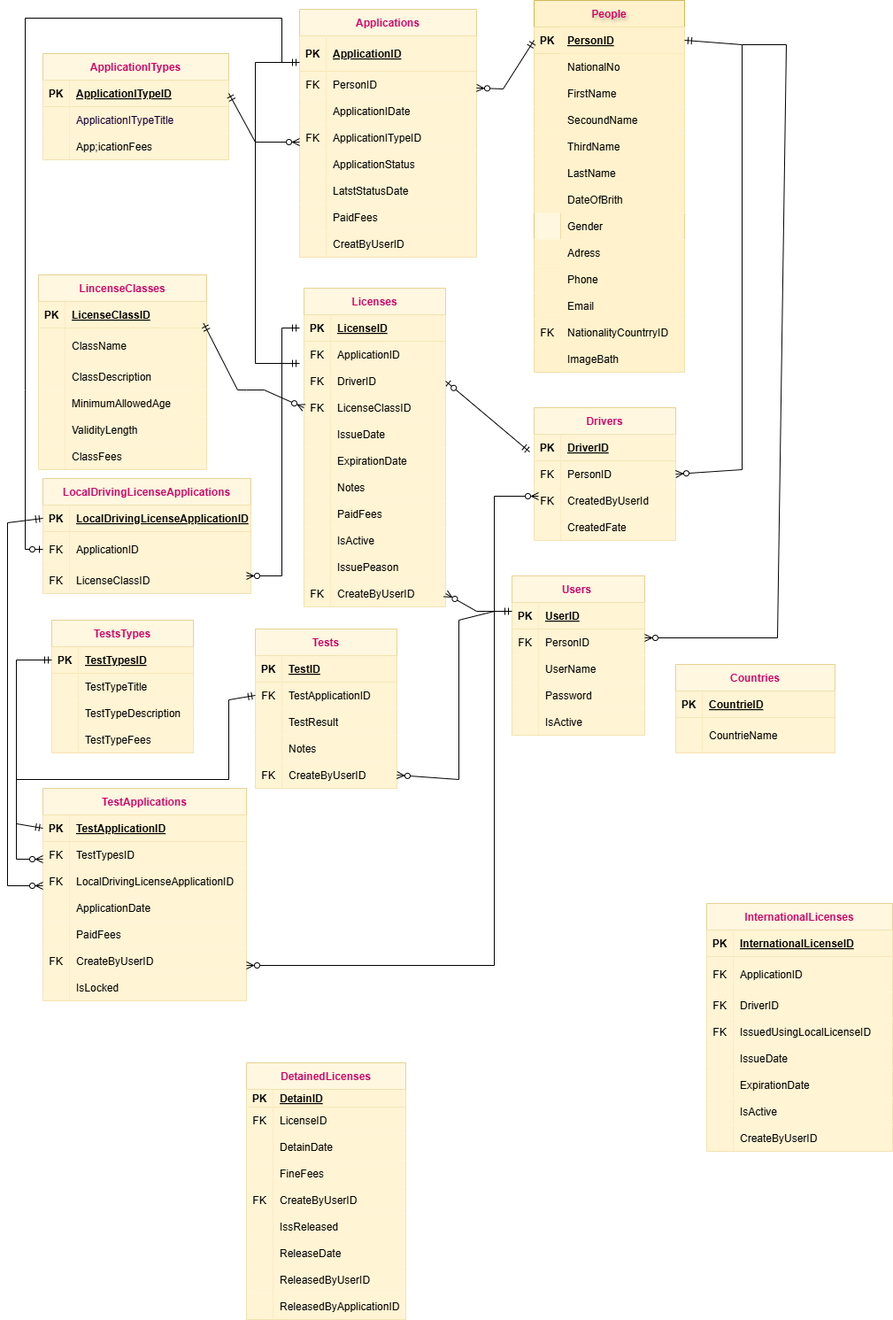
Before: Untitled Diagram.drawio.png, a diagram exported from draw.io (azizadiab/Driving-License-Department). Source tidied: cells renumbered, new cells last; positions are measured from the earlier drawing's top-left corner, leaving out a move shared by most shapes.
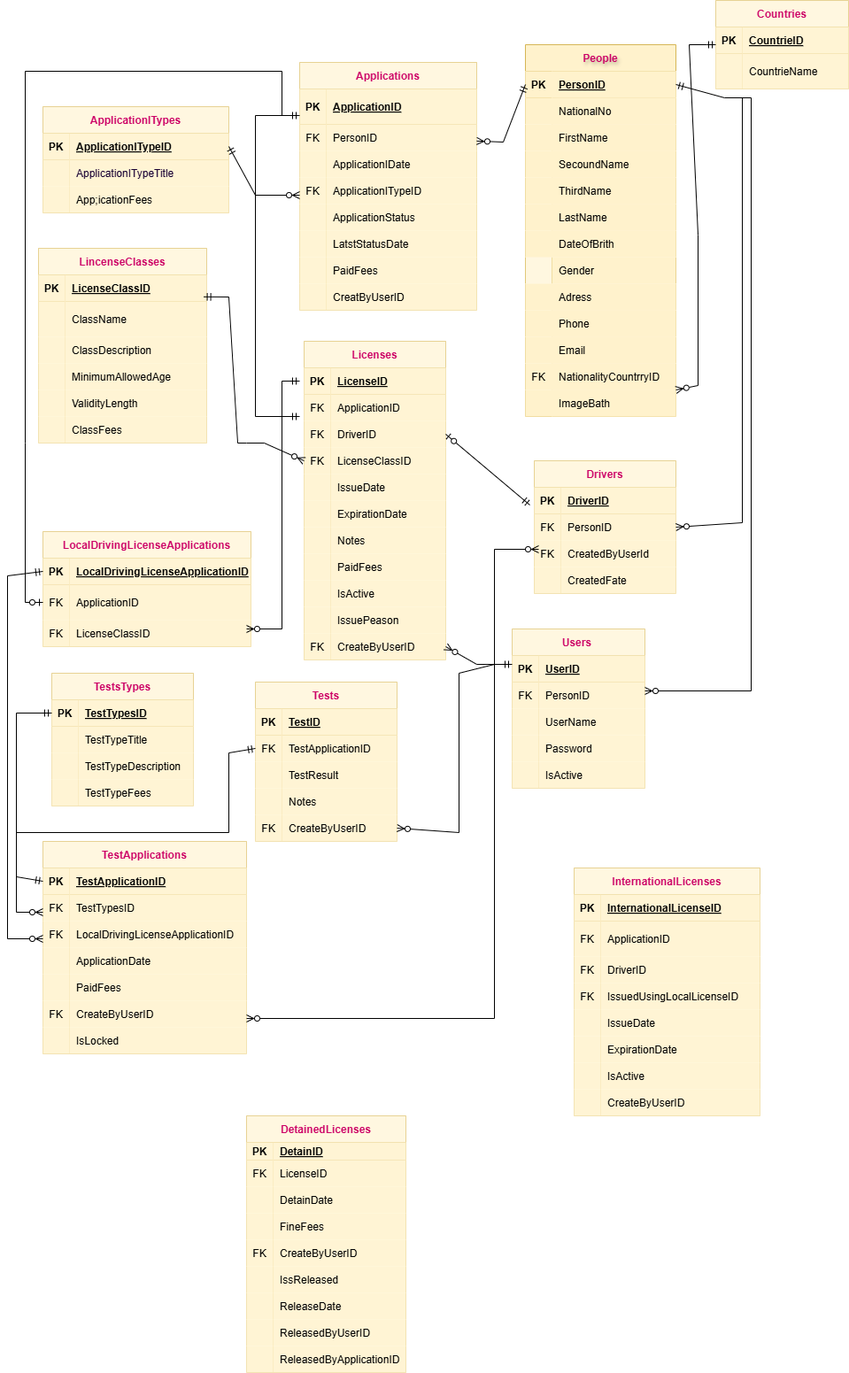
The same diagram one commit later.

Change to the diagram source:
```diff
@@ -78,7 +78,7 @@
       <mxGeometry x="30" width="170" height="30" as="geometry" />
     </mxCell>
     <mxCell id="27" value="People" style="shape=table;startSize=30;rowLines=0;fontStyle=1;align=center;fillColor=#fff2cc;strokeColor=#d6b656;fontColor=#CC0066;labelBackgroundColor=none;labelBorderColor=none;textShadow=1;" parent="1" vertex="1">
-      <mxGeometry x="595" width="170" height="420" as="geometry" />
+      <mxGeometry x="585" y="-10" width="170" height="420" as="geometry" />
     </mxCell>
     <mxCell id="28" style="shape=partialRectangle;fillColor=#fff2cc;points=[[0,0.5],[1,0.5]];portConstraint=eastwest;top=0;left=0;right=0;bottom=1;strokeColor=#d6b656;" parent="27" vertex="1">
       <mxGeometry y="30" width="170" height="30" as="geometry" />
@@ -465,7 +465,7 @@
       <mxGeometry x="30" width="150" height="30" as="geometry" />
     </mxCell>
     <mxCell id="156" value="LincenseClasses" style="shape=table;startSize=30;rowLines=0;fontStyle=1;align=center;opacity=60;fillColor=#fff2cc;strokeColor=#d6b656;fontColor=#CC0066;" parent="1" vertex="1">
-      <mxGeometry x="35" y="310" width="190" height="220" as="geometry" />
+      <mxGeometry x="35" y="220" width="190" height="220" as="geometry" />
     </mxCell>
     <mxCell id="157" style="shape=partialRectangle;fillColor=#fff2cc;points=[[0,0.5],[1,0.5]];portConstraint=eastwest;top=0;left=0;right=0;bottom=1;opacity=60;strokeColor=#d6b656;" parent="156" vertex="1">
       <mxGeometry y="30" width="190" height="30" as="geometry" />
@@ -693,7 +693,7 @@
       <mxGeometry x="30" width="205" height="30" as="geometry" />
     </mxCell>
     <mxCell id="232" value="InternationalLicenses" style="shape=table;startSize=30;rowLines=0;fontStyle=1;align=center;opacity=60;fillColor=#fff2cc;strokeColor=#d6b656;fontColor=#CC0066;" parent="1" vertex="1">
-      <mxGeometry x="790" y="1020" width="210" height="280" as="geometry" />
+      <mxGeometry x="640" y="920" width="210" height="280" as="geometry" />
     </mxCell>
     <mxCell id="233" style="shape=partialRectangle;fillColor=#fff2cc;top=0;left=0;right=0;bottom=1;opacity=60;strokeColor=#d6b656;" parent="232" vertex="1">
       <mxGeometry y="30" width="210" height="30" as="geometry" />
@@ -816,25 +816,25 @@
       <mxGeometry x="30" width="130" height="30" as="geometry" />
     </mxCell>
     <mxCell id="273" value="Countries" style="shape=table;startSize=30;rowLines=0;fontStyle=1;align=center;opacity=60;fillColor=#fff2cc;strokeColor=#d6b656;fontColor=#CC0066;" parent="1" vertex="1">
-      <mxGeometry x="755" y="750" width="180" height="100" as="geometry" />
+      <mxGeometry x="800" y="-60" width="150" height="100" as="geometry" />
     </mxCell>
     <mxCell id="274" style="shape=partialRectangle;fillColor=#fff2cc;top=0;left=0;right=0;bottom=1;opacity=60;strokeColor=#d6b656;" parent="273" vertex="1">
-      <mxGeometry y="30" width="180" height="30" as="geometry" />
+      <mxGeometry y="30" width="150" height="30" as="geometry" />
     </mxCell>
     <mxCell id="275" value="PK" style="shape=partialRectangle;overflow=hidden;fillColor=#fff2cc;top=0;left=0;bottom=0;right=0;fontStyle=1;opacity=60;strokeColor=#d6b656;" parent="274" vertex="1">
       <mxGeometry width="30" height="30" as="geometry" />
     </mxCell>
     <mxCell id="276" value="CountrieID" style="shape=partialRectangle;overflow=hidden;fillColor=#fff2cc;top=0;left=0;bottom=0;right=0;align=left;spacingLeft=6;fontStyle=5;opacity=60;strokeColor=#d6b656;" parent="274" vertex="1">
-      <mxGeometry x="30" width="150" height="30" as="geometry" />
+      <mxGeometry x="30" width="120" height="30" as="geometry" />
     </mxCell>
     <mxCell id="277" style="shape=partialRectangle;fillColor=#fff2cc;top=0;left=0;right=0;bottom=0;opacity=60;strokeColor=#d6b656;" parent="273" vertex="1">
-      <mxGeometry y="60" width="180" height="40" as="geometry" />
+      <mxGeometry y="60" width="150" height="40" as="geometry" />
     </mxCell>
     <mxCell id="278" style="shape=partialRectangle;overflow=hidden;fillColor=#fff2cc;top=0;left=0;bottom=0;right=0;opacity=60;strokeColor=#d6b656;" parent="277" vertex="1">
       <mxGeometry width="30" height="40" as="geometry" />
     </mxCell>
     <mxCell id="279" value="CountrieName" style="shape=partialRectangle;overflow=hidden;fillColor=#fff2cc;top=0;left=0;bottom=0;right=0;align=left;spacingLeft=6;opacity=60;strokeColor=#d6b656;" parent="277" vertex="1">
-      <mxGeometry x="30" width="150" height="40" as="geometry" />
+      <mxGeometry x="30" width="120" height="40" as="geometry" />
     </mxCell>
     <mxCell id="280" style="endArrow=ERmandOne;html=1;rounded=0;startArrow=ERzeroToMany;startFill=0;endFill=0;entryX=0;entryY=0.5;entryDx=0;entryDy=0;" parent="1" edge="1" source="6" target="28">
       <mxGeometry relative="1" as="geometry">
@@ -864,6 +864,7 @@
     <mxCell id="283" style="endArrow=ERzeroToMany;html=1;rounded=0;exitX=0.982;exitY=0.827;exitDx=0;exitDy=0;exitPerimeter=0;startArrow=ERmandOne;startFill=0;endFill=0;entryX=0;entryY=0.5;entryDx=0;entryDy=0;" parent="1" edge="1" source="157" target="198">
       <mxGeometry relative="1" as="geometry">
         <Array as="points">
+          <mxPoint x="250" y="275" />
           <mxPoint x="260" y="440" />
           <mxPoint x="270" y="440" />
           <mxPoint x="290" y="440" />
@@ -880,16 +881,17 @@
         <Array as="points">
           <mxPoint x="830" y="530" />
           <mxPoint x="830" y="50" />
+          <mxPoint x="810" y="50" />
         </Array>
       </mxGeometry>
     </mxCell>
     <mxCell id="286" style="endArrow=none;html=1;rounded=0;startArrow=ERzeroToMany;startFill=0;" parent="1" edge="1">
       <mxGeometry relative="1" as="geometry">
         <mxPoint x="720" y="720" as="sourcePoint" />
-        <mxPoint x="830" y="50" as="targetPoint" />
+        <mxPoint x="820" y="50" as="targetPoint" />
         <Array as="points">
-          <mxPoint x="870" y="720" />
-          <mxPoint x="880" y="50" />
+          <mxPoint x="840" y="720" />
+          <mxPoint x="840" y="50" />
         </Array>
       </mxGeometry>
     </mxCell>
@@ -979,5 +981,17 @@
         </Array>
       </mxGeometry>
     </mxCell>
+    <mxCell id="296" style="endArrow=ERmandOne;html=1;rounded=0;exitX=1;exitY=0.5;exitDx=0;exitDy=0;endFill=0;startArrow=ERzeroToMany;startFill=0;" parent="1" edge="1">
+      <mxGeometry relative="1" as="geometry">
+        <mxPoint x="755" y="380" as="sourcePoint" />
+        <mxPoint x="800" y="-10" as="targetPoint" />
+        <Array as="points">
+          <mxPoint x="780" y="375" />
+          <mxPoint x="780" y="205" />
+          <mxPoint x="770" y="-10" />
+          <mxPoint x="790" y="-10" />
+        </Array>
+      </mxGeometry>
+    </mxCell>
   </root>
 </mxGraphModel>
```
